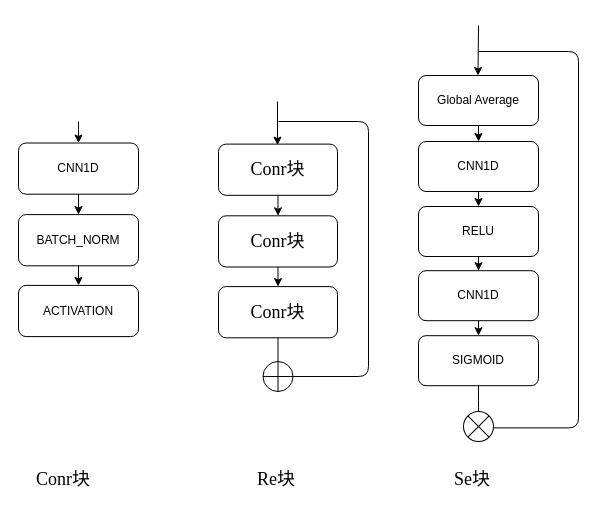
Earlier version of the draw.io diagram cnn.drawio (liehu232/model_NetWork). Source tidied: cells renumbered, new cells numbered last; positions are measured from the earlier drawing's top-left corner, leaving out a move shared by most shapes. Both pictures are drawn from the tidied source at 100%, with x=0, y=0 at pixel (18, 25).
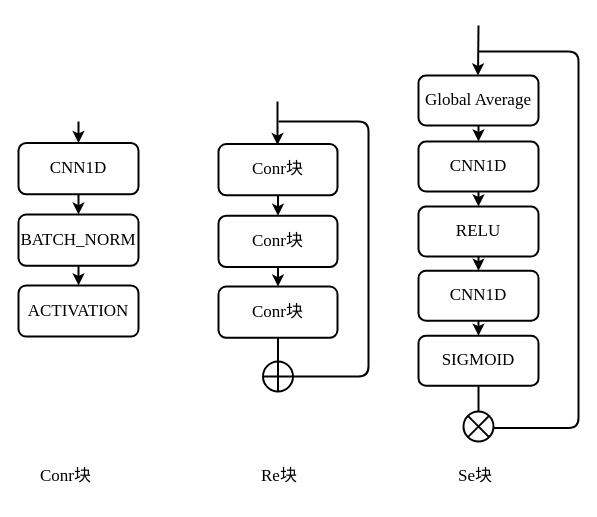
Above is the later version.

The edit, as a diff of the source:
```diff
@@
-    <mxCell id="2" style="group;" parent="1" vertex="1">
+    <mxCell id="2" style="group;fontFamily=Times New Roman;fontSize=17;strokeWidth=2;" parent="1" vertex="1">
       <mxGeometry y="126" width="120" height="290" as="geometry" />
     </mxCell>
-    <mxCell id="3" value="CNN1D" style="rounded=1;whiteSpace=wrap;html=1;" parent="2" vertex="1">
+    <mxCell id="3" value="CNN1D" style="rounded=1;whiteSpace=wrap;html=1;fontFamily=Times New Roman;fontSize=17;strokeWidth=2;" parent="2" vertex="1">
       <mxGeometry y="-8.5" width="120" height="51.2" as="geometry" />
     </mxCell>
-    <mxCell id="4" value="BATCH_NORM" style="whiteSpace=wrap;html=1;rounded=1;" parent="2" vertex="1">
+    <mxCell id="4" value="BATCH_NORM" style="whiteSpace=wrap;html=1;rounded=1;fontFamily=Times New Roman;fontSize=17;strokeWidth=2;" parent="2" vertex="1">
       <mxGeometry y="63.1" width="120" height="51.2" as="geometry" />
     </mxCell>
-    <mxCell id="5" style="edgeStyle=none;html=1;rounded=1;" parent="2" edge="1" source="3" target="4">
+    <mxCell id="5" style="edgeStyle=none;html=1;rounded=1;fontFamily=Times New Roman;fontSize=17;strokeWidth=2;" parent="2" edge="1" source="3" target="4">
       <mxGeometry relative="1" as="geometry" />
     </mxCell>
-    <mxCell id="6" value="ACTIVATION" style="whiteSpace=wrap;html=1;rounded=1;" parent="2" vertex="1">
+    <mxCell id="6" value="ACTIVATION" style="whiteSpace=wrap;html=1;rounded=1;fontFamily=Times New Roman;fontSize=17;strokeWidth=2;" parent="2" vertex="1">
       <mxGeometry y="133.9" width="120" height="51.2" as="geometry" />
     </mxCell>
-    <mxCell id="7" style="edgeStyle=none;html=1;rounded=1;" parent="2" edge="1" source="4" target="6">
+    <mxCell id="7" style="edgeStyle=none;html=1;rounded=1;fontFamily=Times New Roman;fontSize=17;strokeWidth=2;" parent="2" edge="1" source="4" target="6">
       <mxGeometry relative="1" as="geometry" />
     </mxCell>
-    <mxCell id="8" style="group;" parent="1" vertex="1">
+    <mxCell id="8" style="group;fontFamily=Times New Roman;fontSize=17;strokeWidth=2;" parent="1" vertex="1">
       <mxGeometry x="200" y="76" width="119" height="290" as="geometry" />
     </mxCell>
-    <mxCell id="9" value="&lt;span style=&quot;font-family: &amp;#34;times new roman&amp;#34; ; font-size: 18px ; text-align: left&quot;&gt;Conr块&lt;/span&gt;" style="rounded=1;whiteSpace=wrap;html=1;" parent="8" vertex="1">
+    <mxCell id="9" value="&lt;span style=&quot;font-size: 17px; text-align: left;&quot;&gt;Conr块&lt;/span&gt;" style="rounded=1;whiteSpace=wrap;html=1;fontFamily=Times New Roman;fontSize=17;strokeWidth=2;" parent="8" vertex="1">
       <mxGeometry y="42.6" width="119" height="51.2" as="geometry" />
     </mxCell>
-    <mxCell id="10" value="&lt;span style=&quot;font-family: &amp;#34;times new roman&amp;#34; ; font-size: 18px ; text-align: left&quot;&gt;Conr块&lt;/span&gt;" style="whiteSpace=wrap;html=1;rounded=1;" parent="8" vertex="1">
+    <mxCell id="10" value="&lt;span style=&quot;font-size: 17px; text-align: left;&quot;&gt;Conr块&lt;/span&gt;" style="whiteSpace=wrap;html=1;rounded=1;fontFamily=Times New Roman;fontSize=17;strokeWidth=2;" parent="8" vertex="1">
       <mxGeometry y="114.3" width="119" height="51.2" as="geometry" />
     </mxCell>
-    <mxCell id="11" style="edgeStyle=none;html=1;rounded=1;" parent="8" edge="1" source="9" target="10">
+    <mxCell id="11" style="edgeStyle=none;html=1;rounded=1;fontFamily=Times New Roman;fontSize=17;strokeWidth=2;" parent="8" edge="1" source="9" target="10">
       <mxGeometry relative="1" as="geometry" />
     </mxCell>
-    <mxCell id="12" value="&lt;span style=&quot;font-family: &amp;#34;times new roman&amp;#34; ; font-size: 18px ; text-align: left&quot;&gt;Conr块&lt;/span&gt;" style="whiteSpace=wrap;html=1;rounded=1;" parent="8" vertex="1">
+    <mxCell id="12" value="&lt;span style=&quot;font-size: 17px; text-align: left;&quot;&gt;Conr块&lt;/span&gt;" style="whiteSpace=wrap;html=1;rounded=1;fontFamily=Times New Roman;fontSize=17;strokeWidth=2;" parent="8" vertex="1">
       <mxGeometry y="185.1" width="119" height="51.2" as="geometry" />
     </mxCell>
-    <mxCell id="13" style="edgeStyle=none;html=1;rounded=1;" parent="8" edge="1" source="10" target="12">
+    <mxCell id="13" style="edgeStyle=none;html=1;rounded=1;fontFamily=Times New Roman;fontSize=17;strokeWidth=2;" parent="8" edge="1" source="10" target="12">
       <mxGeometry relative="1" as="geometry" />
     </mxCell>
-    <mxCell id="14" style="shape=orEllipse;perimeter=ellipsePerimeter;whiteSpace=wrap;html=1;backgroundOutline=1;" parent="8" vertex="1">
+    <mxCell id="14" style="shape=orEllipse;perimeter=ellipsePerimeter;whiteSpace=wrap;html=1;backgroundOutline=1;fontFamily=Times New Roman;fontSize=17;strokeWidth=2;" parent="8" vertex="1">
       <mxGeometry x="44.5" y="260" width="30" height="30" as="geometry" />
     </mxCell>
-    <mxCell id="15" style="edgeStyle=none;html=1;exitX=0.5;exitY=1;exitDx=0;exitDy=0;endArrow=none;endFill=0;entryX=0.5;entryY=0;entryDx=0;entryDy=0;" parent="8" edge="1" source="12" target="14">
+    <mxCell id="15" style="edgeStyle=none;html=1;exitX=0.5;exitY=1;exitDx=0;exitDy=0;endArrow=none;endFill=0;entryX=0.5;entryY=0;entryDx=0;entryDy=0;fontFamily=Times New Roman;fontSize=17;strokeWidth=2;" parent="8" edge="1" source="12" target="14">
       <mxGeometry relative="1" as="geometry" />
     </mxCell>
-    <mxCell id="16" value="Conr块" style="text;strokeColor=none;fillColor=none;align=left;verticalAlign=top;spacingLeft=4;spacingRight=4;overflow=hidden;rounded=1;fontFamily=Times New Roman;fontSize=18;" parent="1" vertex="1">
-      <mxGeometry x="12" y="436" width="96" height="35" as="geometry" />
+    <mxCell id="16" value="Conr块" style="text;strokeColor=none;fillColor=none;align=left;verticalAlign=top;spacingLeft=4;spacingRight=4;overflow=hidden;rounded=1;fontFamily=Times New Roman;fontSize=17;strokeWidth=2;" parent="1" vertex="1">
+      <mxGeometry x="16" y="433" width="96" height="35" as="geometry" />
     </mxCell>
-    <mxCell id="17" value="Re块" style="text;strokeColor=none;fillColor=none;align=left;verticalAlign=top;spacingLeft=4;spacingRight=4;overflow=hidden;rounded=1;fontFamily=Times New Roman;fontSize=18;" parent="1" vertex="1">
-      <mxGeometry x="233" y="436" width="86" height="35" as="geometry" />
+    <mxCell id="17" value="Re块" style="text;strokeColor=none;fillColor=none;align=left;verticalAlign=top;spacingLeft=4;spacingRight=4;overflow=hidden;rounded=1;fontFamily=Times New Roman;fontSize=17;strokeWidth=2;" parent="1" vertex="1">
+      <mxGeometry x="237" y="433" width="86" height="35" as="geometry" />
     </mxCell>
-    <mxCell id="18" value="Se块" style="text;strokeColor=none;fillColor=none;align=left;verticalAlign=top;spacingLeft=4;spacingRight=4;overflow=hidden;rounded=1;fontFamily=Times New Roman;fontSize=18;" parent="1" vertex="1">
-      <mxGeometry x="430" y="436" width="90" height="35" as="geometry" />
+    <mxCell id="18" value="Se块" style="text;strokeColor=none;fillColor=none;align=left;verticalAlign=top;spacingLeft=4;spacingRight=4;overflow=hidden;rounded=1;fontFamily=Times New Roman;fontSize=17;strokeWidth=2;" parent="1" vertex="1">
+      <mxGeometry x="434" y="433" width="90" height="35" as="geometry" />
     </mxCell>
-    <mxCell id="19" style="edgeStyle=none;html=1;exitX=0.5;exitY=1;exitDx=0;exitDy=0;entryX=0.5;entryY=0;entryDx=0;entryDy=0;" parent="1" edge="1" target="3">
+    <mxCell id="19" style="edgeStyle=none;html=1;exitX=0.5;exitY=1;exitDx=0;exitDy=0;entryX=0.5;entryY=0;entryDx=0;entryDy=0;fontFamily=Times New Roman;fontSize=17;strokeWidth=2;" parent="1" edge="1" target="3">
       <mxGeometry relative="1" as="geometry">
         <mxPoint x="60" y="96" as="sourcePoint" />
       </mxGeometry>
     </mxCell>
-    <mxCell id="20" style="edgeStyle=none;html=1;entryX=0.5;entryY=0;entryDx=0;entryDy=0;" parent="1" edge="1">
+    <mxCell id="20" style="edgeStyle=none;html=1;entryX=0.5;entryY=0;entryDx=0;entryDy=0;fontFamily=Times New Roman;fontSize=17;strokeWidth=2;" parent="1" edge="1">
       <mxGeometry relative="1" as="geometry">
         <mxPoint x="259" y="76" as="sourcePoint" />
         <mxPoint x="259" y="119.6" as="targetPoint" />
       </mxGeometry>
     </mxCell>
-    <mxCell id="21" style="edgeStyle=orthogonalEdgeStyle;html=1;exitX=0.5;exitY=0;exitDx=0;exitDy=0;startArrow=none;rounded=1;entryX=0.5;entryY=0;entryDx=0;entryDy=0;" parent="1" edge="1">
+    <mxCell id="21" style="edgeStyle=orthogonalEdgeStyle;html=1;exitX=0.5;exitY=0;exitDx=0;exitDy=0;startArrow=none;rounded=1;entryX=0.5;entryY=0;entryDx=0;entryDy=0;fontFamily=Times New Roman;fontSize=17;strokeWidth=2;" parent="1" edge="1">
       <mxGeometry relative="1" as="geometry">
         <mxPoint x="460" y="393.9" as="sourcePoint" />
         <mxPoint x="460" y="393.9" as="targetPoint" />
       </mxGeometry>
     </mxCell>
-    <mxCell id="22" style="edgeStyle=orthogonalEdgeStyle;html=1;entryX=1;entryY=0.5;entryDx=0;entryDy=0;rounded=1;anchorPointDirection=1;startFill=1;endFill=0;strokeColor=default;endArrow=none;" parent="1" edge="1">
+    <mxCell id="22" style="edgeStyle=orthogonalEdgeStyle;html=1;entryX=1;entryY=0.5;entryDx=0;entryDy=0;rounded=1;anchorPointDirection=1;startFill=1;endFill=0;strokeColor=default;endArrow=none;fontFamily=Times New Roman;fontSize=17;strokeWidth=2;" parent="1" edge="1">
       <mxGeometry relative="1" as="geometry">
         <mxPoint x="460" y="26" as="sourcePoint" />
         <mxPoint x="472.5" y="402.4" as="targetPoint" />
         <Array as="points">
           <mxPoint x="560" y="26" />
           <mxPoint x="560" y="402" />
         </Array>
       </mxGeometry>
     </mxCell>
-    <mxCell id="23" style="edgeStyle=orthogonalEdgeStyle;html=1;exitX=0.5;exitY=1;exitDx=0;exitDy=0;endArrow=none;rounded=1;entryX=0.5;entryY=0;entryDx=0;entryDy=0;" parent="1" edge="1" source="30">
+    <mxCell id="23" style="edgeStyle=orthogonalEdgeStyle;html=1;exitX=0.5;exitY=1;exitDx=0;exitDy=0;endArrow=none;rounded=1;entryX=0.5;entryY=0;entryDx=0;entryDy=0;fontFamily=Times New Roman;fontSize=17;strokeWidth=2;" parent="1" edge="1" source="30">
       <mxGeometry relative="1" as="geometry">
         <mxPoint x="460" y="389.9" as="targetPoint" />
       </mxGeometry>
     </mxCell>
-    <mxCell id="24" style="group;" parent="1" vertex="1">
+    <mxCell id="24" style="group;fontFamily=Times New Roman;fontSize=17;strokeWidth=2;" parent="1" vertex="1">
       <mxGeometry x="400" y="116" width="120" height="244.2" as="geometry" />
     </mxCell>
-    <mxCell id="25" value="CNN1D" style="rounded=1;whiteSpace=wrap;html=1;" parent="24" vertex="1">
+    <mxCell id="25" value="CNN1D" style="rounded=1;whiteSpace=wrap;html=1;fontFamily=Times New Roman;fontSize=17;strokeWidth=2;" parent="24" vertex="1">
       <mxGeometry width="120" height="50" as="geometry" />
     </mxCell>
-    <mxCell id="26" value="RELU" style="whiteSpace=wrap;html=1;rounded=1;" parent="24" vertex="1">
+    <mxCell id="26" value="RELU" style="whiteSpace=wrap;html=1;rounded=1;fontFamily=Times New Roman;fontSize=17;strokeWidth=2;" parent="24" vertex="1">
       <mxGeometry y="65" width="120" height="50" as="geometry" />
     </mxCell>
-    <mxCell id="27" style="edgeStyle=none;html=1;rounded=1;" parent="24" edge="1" source="25" target="26">
+    <mxCell id="27" style="edgeStyle=none;html=1;rounded=1;fontFamily=Times New Roman;fontSize=17;strokeWidth=2;" parent="24" edge="1" source="25" target="26">
       <mxGeometry relative="1" as="geometry" />
     </mxCell>
-    <mxCell id="28" value="CNN1D" style="whiteSpace=wrap;html=1;rounded=1;" parent="24" vertex="1">
+    <mxCell id="28" value="CNN1D" style="whiteSpace=wrap;html=1;rounded=1;fontFamily=Times New Roman;fontSize=17;strokeWidth=2;" parent="24" vertex="1">
       <mxGeometry y="129.2" width="120" height="50" as="geometry" />
     </mxCell>
-    <mxCell id="29" style="edgeStyle=none;html=1;rounded=1;" parent="24" edge="1" source="26" target="28">
+    <mxCell id="29" style="edgeStyle=none;html=1;rounded=1;fontFamily=Times New Roman;fontSize=17;strokeWidth=2;" parent="24" edge="1" source="26" target="28">
       <mxGeometry relative="1" as="geometry" />
     </mxCell>
-    <mxCell id="30" value="SIGMOID" style="whiteSpace=wrap;html=1;rounded=1;" parent="24" vertex="1">
+    <mxCell id="30" value="SIGMOID" style="whiteSpace=wrap;html=1;rounded=1;fontFamily=Times New Roman;fontSize=17;strokeWidth=2;" parent="24" vertex="1">
       <mxGeometry y="194.2" width="120" height="50" as="geometry" />
     </mxCell>
-    <mxCell id="31" style="edgeStyle=none;html=1;rounded=1;" parent="24" edge="1" source="28" target="30">
+    <mxCell id="31" style="edgeStyle=none;html=1;rounded=1;fontFamily=Times New Roman;fontSize=17;strokeWidth=2;" parent="24" edge="1" source="28" target="30">
       <mxGeometry relative="1" as="geometry" />
     </mxCell>
-    <mxCell id="32" style="edgeStyle=none;html=1;exitX=0.5;exitY=1;exitDx=0;exitDy=0;entryX=0.5;entryY=0;entryDx=0;entryDy=0;" parent="1" edge="1" source="33" target="25">
+    <mxCell id="32" style="edgeStyle=none;html=1;exitX=0.5;exitY=1;exitDx=0;exitDy=0;entryX=0.5;entryY=0;entryDx=0;entryDy=0;fontFamily=Times New Roman;fontSize=17;strokeWidth=2;" parent="1" edge="1" source="33" target="25">
       <mxGeometry relative="1" as="geometry" />
     </mxCell>
-    <mxCell id="33" value="Global Average" style="rounded=1;whiteSpace=wrap;html=1;" parent="1" vertex="1">
+    <mxCell id="33" value="Global Average" style="rounded=1;whiteSpace=wrap;html=1;fontFamily=Times New Roman;fontSize=17;strokeWidth=2;" parent="1" vertex="1">
       <mxGeometry x="400" y="50" width="120" height="50" as="geometry" />
     </mxCell>
-    <mxCell id="34" style="edgeStyle=none;html=1;entryX=0.5;entryY=0;entryDx=0;entryDy=0;" parent="1" edge="1">
+    <mxCell id="34" style="edgeStyle=none;html=1;entryX=0.5;entryY=0;entryDx=0;entryDy=0;fontFamily=Times New Roman;fontSize=17;strokeWidth=2;" parent="1" edge="1">
       <mxGeometry relative="1" as="geometry">
         <mxPoint x="460" as="sourcePoint" />
         <mxPoint x="459.5" y="50" as="targetPoint" />
       </mxGeometry>
     </mxCell>
-    <mxCell id="35" style="edgeStyle=orthogonalEdgeStyle;html=1;endArrow=none;endFill=0;entryX=1;entryY=0.5;entryDx=0;entryDy=0;" parent="1" edge="1" target="14">
+    <mxCell id="35" style="edgeStyle=orthogonalEdgeStyle;html=1;endArrow=none;endFill=0;entryX=1;entryY=0.5;entryDx=0;entryDy=0;fontFamily=Times New Roman;fontSize=17;strokeWidth=2;" parent="1" edge="1" target="14">
       <mxGeometry relative="1" as="geometry">
         <mxPoint x="260" y="96" as="sourcePoint" />
         <Array as="points">
           <mxPoint x="350" y="96" />
           <mxPoint x="350" y="351" />
         </Array>
       </mxGeometry>
     </mxCell>
-    <mxCell id="36" style="shape=orEllipse;perimeter=ellipsePerimeter;whiteSpace=wrap;html=1;backgroundOutline=1;direction=south;rotation=45;" parent="1" vertex="1">
+    <mxCell id="36" style="shape=orEllipse;perimeter=ellipsePerimeter;whiteSpace=wrap;html=1;backgroundOutline=1;direction=south;rotation=45;fontFamily=Times New Roman;fontSize=17;strokeWidth=2;" parent="1" vertex="1">
       <mxGeometry x="445" y="386" width="30" height="30" as="geometry" />
     </mxCell>
```
